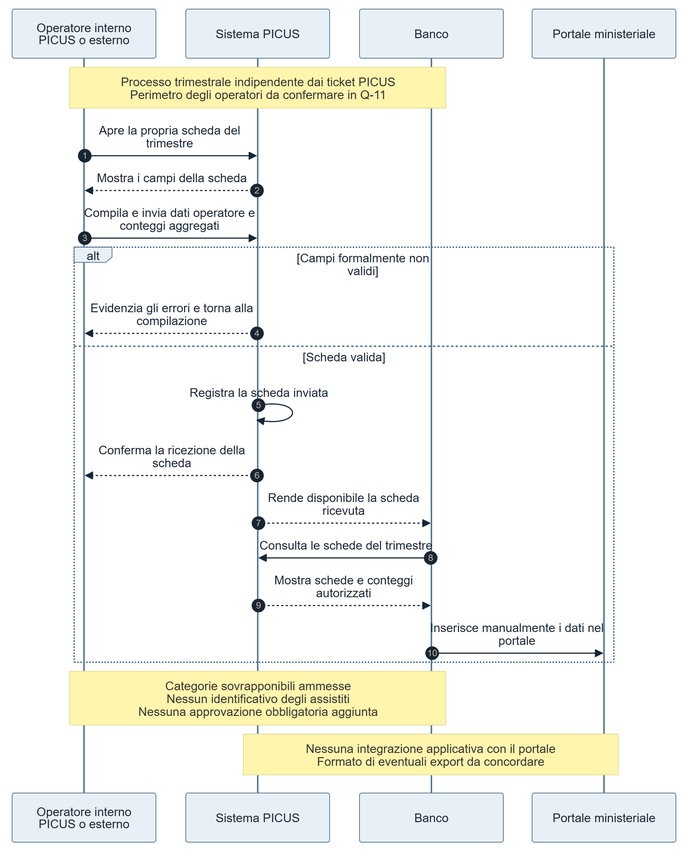
Before: docs/requirements/diagrams/to-be/TOBE-02-rendicontazione.png, a diagram exported from Mermaid (Pinguini-alla-Fragola/Progetto-SAD). Its source is kept beside it as docs/requirements/diagrams/to-be/TOBE-02-rendicontazione.mmd.
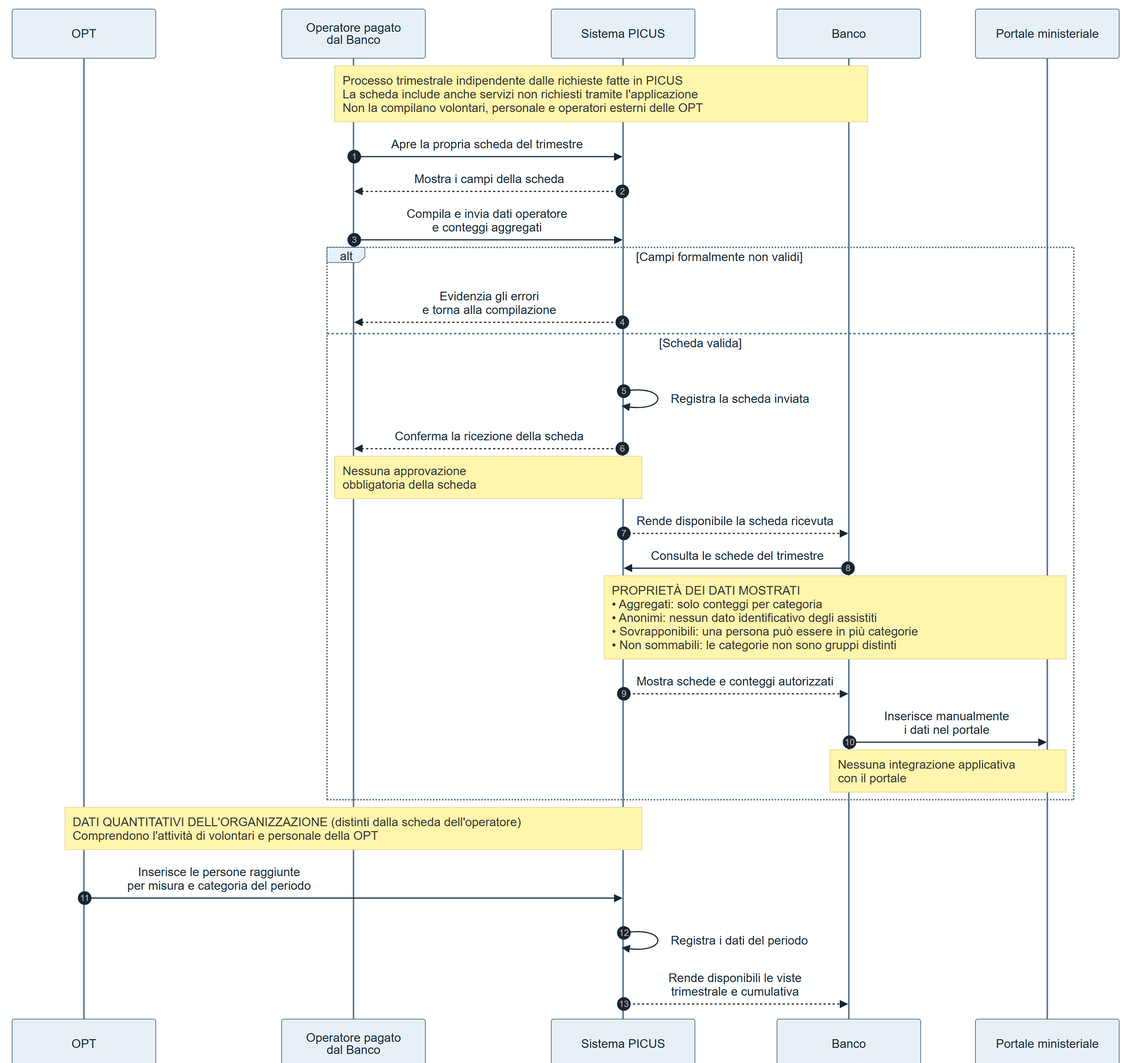
After the change.

Commit message:
docs(to-be): aggiorna i diagrammi di richiesta, appuntamento e rendicontazione (#39)

The edit, as a diff of the source:
```diff
@@ -1,23 +1,34 @@
+---
+config:
+  sequence:
+    noteAlign: left
+---
 sequenceDiagram
     autonumber
-    participant O as Operatore interno PICUS o esterno
+    participant R as OPT
+    participant O as Operatore pagato<br/>dal Banco
     participant S as Sistema PICUS
     participant B as Banco
     participant M as Portale ministeriale
 
-    Note over O,B: Processo trimestrale indipendente dai ticket PICUS<br/>Perimetro degli operatori da confermare in Q-11
+    Note over O,B: Processo trimestrale indipendente dalle richieste fatte in PICUS<br/>La scheda include anche servizi non richiesti tramite l'applicazione<br/>Non la compilano volontari, personale e operatori esterni delle OPT
     O->>S: Apre la propria scheda del trimestre
     S-->>O: Mostra i campi della scheda
-    O->>S: Compila e invia dati operatore e conteggi aggregati
+    O->>S: Compila e invia dati operatore<br/>e conteggi aggregati
     alt Campi formalmente non validi
-        S-->>O: Evidenzia gli errori e torna alla compilazione
+        S-->>O: Evidenzia gli errori<br/>e torna alla compilazione
     else Scheda valida
         S->>S: Registra la scheda inviata
         S-->>O: Conferma la ricezione della scheda
+        Note over O,S: Nessuna approvazione<br/>obbligatoria della scheda
         S-->>B: Rende disponibile la scheda ricevuta
         B->>S: Consulta le schede del trimestre
+        Note over S,M: PROPRIETÀ DEI DATI MOSTRATI<br/>• Aggregati: solo conteggi per categoria<br/>• Anonimi: nessun dato identificativo degli assistiti<br/>• Sovrapponibili: una persona può essere in più categorie<br/>• Non sommabili: le categorie non sono gruppi distinti
         S-->>B: Mostra schede e conteggi autorizzati
-        B->>M: Inserisce manualmente i dati nel portale
+        B->>M: Inserisce manualmente<br/>i dati nel portale
+        Note over B,M: Nessuna integrazione applicativa<br/>con il portale
     end
-    Note over O,B: Categorie sovrapponibili ammesse<br/>Nessun identificativo degli assistiti<br/>Nessuna approvazione obbligatoria aggiunta
-    Note over S,M: Nessuna integrazione applicativa con il portale<br/>Formato di eventuali export da concordare
+    Note over R,S: DATI QUANTITATIVI DELL'ORGANIZZAZIONE (distinti dalla scheda dell'operatore)<br/>Comprendono l'attività di volontari e personale della OPT
+    R->>S: Inserisce le persone raggiunte<br/>per misura e categoria del periodo
+    S->>S: Registra i dati del periodo
+    S-->>B: Rende disponibili le viste<br/>trimestrale e cumulativa
```
